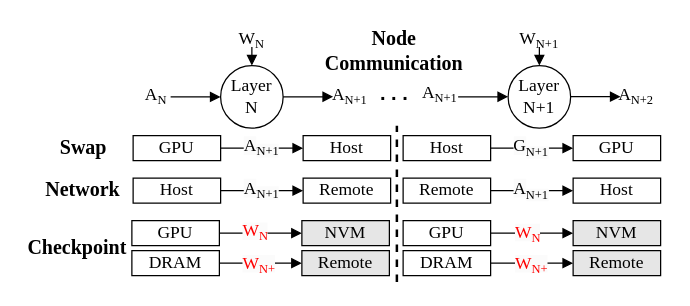
Above: fig/pipeline2.drawio in icszhr/NCheck (draw.io), before the change. Source tidied: cells renumbered, new cells numbered last; positions are measured from the earlier drawing's top-left corner, leaving out a move shared by most shapes. Both pictures are drawn from the tidied source at 125%, with x=0, y=0 at pixel (21, 21).
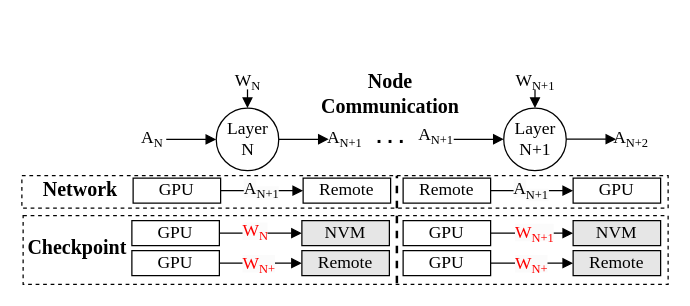
The same page after the edit.

Diff of the diagram source:
```diff
@@
+    <mxCell id="54" style="rounded=0;whiteSpace=wrap;html=1;fillColor=none;dashed=1;" parent="1" vertex="1">
+      <mxGeometry x="1" y="155" width="516" height="55" as="geometry" />
+    </mxCell>
+    <mxCell id="55" style="rounded=0;whiteSpace=wrap;html=1;fillColor=none;dashed=1;" parent="1" vertex="1">
+      <mxGeometry y="123" width="517" height="26" as="geometry" />
+    </mxCell>
     <mxCell id="2" style="rounded=0;jettySize=auto;html=1;endArrow=block;endFill=1;startArrow=none;startFill=0;fontFamily=Times New Roman;" parent="1" edge="1" target="3">
       <mxGeometry relative="1" as="geometry">
-        <mxPoint x="119" y="60" as="sourcePoint" />
+        <mxPoint x="115.5" y="94" as="sourcePoint" />
       </mxGeometry>
     </mxCell>
     <mxCell id="3" value="&lt;font style=&quot;font-size: 14px;&quot;&gt;Layer&lt;/font&gt;&lt;div style=&quot;font-size: 14px;&quot;&gt;&lt;font style=&quot;font-size: 14px;&quot;&gt;N&lt;/font&gt;&lt;/div&gt;" style="ellipse;whiteSpace=wrap;html=1;fontFamily=Times New Roman;" parent="1" vertex="1">
-      <mxGeometry x="159" y="35" width="50" height="50" as="geometry" />
+      <mxGeometry x="155.5" y="69" width="50" height="50" as="geometry" />
     </mxCell>
     <mxCell id="4" value="&lt;font style=&quot;&quot;&gt;&lt;span style=&quot;font-size: 14px;&quot;&gt;A&lt;/span&gt;&lt;sub style=&quot;&quot;&gt;&lt;font style=&quot;font-size: 10px;&quot;&gt;N&lt;/font&gt;&lt;/sub&gt;&lt;/font&gt;" style="text;html=1;align=center;verticalAlign=middle;whiteSpace=wrap;rounded=0;fontFamily=Times New Roman;" parent="1" vertex="1">
-      <mxGeometry x="95" y="45" width="25" height="30" as="geometry" />
+      <mxGeometry x="91.5" y="79" width="25" height="30" as="geometry" />
     </mxCell>
@@
-    <mxCell id="6" value="&lt;font style=&quot;font-size: 14px;&quot;&gt;Host&lt;/font&gt;" style="rounded=0;whiteSpace=wrap;html=1;fontFamily=Times New Roman;" parent="1" vertex="1">
+    <mxCell id="6" value="&lt;font style=&quot;font-size: 14px;&quot;&gt;GPU&lt;/font&gt;" style="rounded=0;whiteSpace=wrap;html=1;fontFamily=Times New Roman;" parent="1" vertex="1">
       <mxGeometry x="89" y="125" width="70" height="20" as="geometry" />
     </mxCell>
@@
     <mxCell id="9" style="edgeStyle=orthogonalEdgeStyle;rounded=0;orthogonalLoop=1;jettySize=auto;html=1;endArrow=none;endFill=0;startArrow=block;startFill=1;fontFamily=Times New Roman;" parent="1" edge="1">
       <mxGeometry relative="1" as="geometry">
-        <mxPoint x="184" y="35" as="sourcePoint" />
-        <mxPoint x="184" y="20" as="targetPoint" />
+        <mxPoint x="180.5" y="69" as="sourcePoint" />
+        <mxPoint x="180.5" y="54" as="targetPoint" />
       </mxGeometry>
     </mxCell>
     <mxCell id="10" value="&lt;font style=&quot;&quot;&gt;&lt;span style=&quot;font-size: 14px;&quot;&gt;W&lt;/span&gt;&lt;sub style=&quot;&quot;&gt;&lt;font style=&quot;font-size: 10px;&quot;&gt;N&lt;/font&gt;&lt;/sub&gt;&lt;/font&gt;" style="text;html=1;align=center;verticalAlign=middle;whiteSpace=wrap;rounded=0;fontFamily=Times New Roman;" parent="1" vertex="1">
-      <mxGeometry x="154" width="60" height="30" as="geometry" />
+      <mxGeometry x="150.5" y="34" width="60" height="30" as="geometry" />
     </mxCell>
     <mxCell id="11" value="&lt;font style=&quot;font-size: 14px;&quot;&gt;Layer N+1&lt;/font&gt;" style="ellipse;whiteSpace=wrap;html=1;fontFamily=Times New Roman;" parent="1" vertex="1">
-      <mxGeometry x="389" y="35" width="50" height="50" as="geometry" />
+      <mxGeometry x="385.5" y="69" width="50" height="50" as="geometry" />
     </mxCell>
     <mxCell id="12" value="&lt;font style=&quot;&quot;&gt;&lt;span style=&quot;font-size: 14px;&quot;&gt;A&lt;/span&gt;&lt;sub style=&quot;&quot;&gt;&lt;font style=&quot;font-size: 10px;&quot;&gt;N+1&lt;/font&gt;&lt;/sub&gt;&lt;/font&gt;" style="text;html=1;align=center;verticalAlign=middle;whiteSpace=wrap;rounded=0;fillColor=default;fontFamily=Times New Roman;" parent="1" vertex="1">
-      <mxGeometry x="249.5" y="45" width="25" height="30" as="geometry" />
+      <mxGeometry x="246" y="79" width="25" height="30" as="geometry" />
     </mxCell>
     <mxCell id="13" style="edgeStyle=orthogonalEdgeStyle;rounded=0;orthogonalLoop=1;jettySize=auto;html=1;endArrow=none;endFill=0;startArrow=block;startFill=1;fontFamily=Times New Roman;" parent="1" edge="1">
       <mxGeometry relative="1" as="geometry">
-        <mxPoint x="414" y="35" as="sourcePoint" />
-        <mxPoint x="414" y="20" as="targetPoint" />
+        <mxPoint x="410.5" y="69" as="sourcePoint" />
+        <mxPoint x="410.5" y="54" as="targetPoint" />
       </mxGeometry>
     </mxCell>
     <mxCell id="14" value="&lt;font style=&quot;&quot;&gt;&lt;span style=&quot;font-size: 14px;&quot;&gt;W&lt;/span&gt;&lt;sub style=&quot;&quot;&gt;&lt;font style=&quot;font-size: 10px;&quot;&gt;N+1&lt;/font&gt;&lt;/sub&gt;&lt;/font&gt;" style="text;html=1;align=center;verticalAlign=middle;whiteSpace=wrap;rounded=0;fontFamily=Times New Roman;" parent="1" vertex="1">
-      <mxGeometry x="384" width="60" height="30" as="geometry" />
+      <mxGeometry x="380.5" y="34" width="60" height="30" as="geometry" />
     </mxCell>
     <mxCell id="15" style="rounded=0;orthogonalLoop=1;jettySize=auto;html=1;endArrow=block;endFill=1;startArrow=none;startFill=0;fontFamily=Times New Roman;" parent="1" edge="1">
       <mxGeometry relative="1" as="geometry">
-        <mxPoint x="439" y="59.8" as="sourcePoint" />
-        <mxPoint x="479" y="59.8" as="targetPoint" />
+        <mxPoint x="435.5" y="93.8" as="sourcePoint" />
+        <mxPoint x="475.5" y="93.8" as="targetPoint" />
       </mxGeometry>
     </mxCell>
     <mxCell id="16" value="&lt;span style=&quot;font-size: 14px;&quot;&gt;A&lt;/span&gt;&lt;sub&gt;N+2&lt;/sub&gt;" style="text;html=1;align=center;verticalAlign=middle;whiteSpace=wrap;rounded=0;fontFamily=Times New Roman;" parent="1" vertex="1">
-      <mxGeometry x="478.5" y="45" width="25" height="30" as="geometry" />
+      <mxGeometry x="475" y="79" width="25" height="30" as="geometry" />
     </mxCell>
@@
     <mxCell id="18" value="&lt;span style=&quot;font-size: 16px;&quot;&gt;&lt;b&gt;Network&lt;/b&gt;&lt;/span&gt;" style="text;html=1;align=center;verticalAlign=middle;whiteSpace=wrap;rounded=0;fontFamily=Times New Roman;" parent="1" vertex="1">
-      <mxGeometry x="9" y="119" width="80" height="30" as="geometry" />
+      <mxGeometry x="7" y="119" width="80" height="30" as="geometry" />
     </mxCell>
     <mxCell id="19" style="endArrow=none;html=1;rounded=0;dashed=1;strokeWidth=2;" parent="1" edge="1">
       <mxGeometry relative="1" as="geometry">
-        <mxPoint x="300" y="208" as="sourcePoint" />
-        <mxPoint x="300" y="83" as="targetPoint" />
+        <mxPoint x="300" y="209" as="sourcePoint" />
+        <mxPoint x="300" y="123" as="targetPoint" />
       </mxGeometry>
     </mxCell>
@@
-    <mxCell id="23" value="&lt;font style=&quot;font-size: 14px;&quot;&gt;Host&lt;/font&gt;" style="rounded=0;whiteSpace=wrap;html=1;fontFamily=Times New Roman;" parent="1" vertex="1">
+    <mxCell id="23" value="&lt;font style=&quot;font-size: 14px;&quot;&gt;GPU&lt;/font&gt;" style="rounded=0;whiteSpace=wrap;html=1;fontFamily=Times New Roman;" parent="1" vertex="1">
       <mxGeometry x="441" y="125" width="70" height="20" as="geometry" />
     </mxCell>
@@
     <mxCell id="30" style="rounded=0;orthogonalLoop=1;jettySize=auto;html=1;endArrow=block;endFill=1;startArrow=none;startFill=0;fontFamily=Times New Roman;" parent="1" edge="1">
       <mxGeometry relative="1" as="geometry">
-        <mxPoint x="209" y="59.9" as="sourcePoint" />
-        <mxPoint x="249" y="59.9" as="targetPoint" />
+        <mxPoint x="205.5" y="93.9" as="sourcePoint" />
+        <mxPoint x="245.5" y="93.9" as="targetPoint" />
       </mxGeometry>
     </mxCell>
     <mxCell id="31" style="rounded=0;orthogonalLoop=1;jettySize=auto;html=1;endArrow=block;endFill=1;startArrow=none;startFill=0;fontFamily=Times New Roman;" parent="1" edge="1">
       <mxGeometry relative="1" as="geometry">
-        <mxPoint x="349" y="59.9" as="sourcePoint" />
-        <mxPoint x="389" y="59.9" as="targetPoint" />
+        <mxPoint x="345.5" y="93.9" as="sourcePoint" />
+        <mxPoint x="385.5" y="93.9" as="targetPoint" />
       </mxGeometry>
     </mxCell>
     <mxCell id="32" value="&lt;font style=&quot;&quot;&gt;&lt;span style=&quot;font-size: 14px;&quot;&gt;A&lt;/span&gt;&lt;sub style=&quot;&quot;&gt;&lt;font style=&quot;font-size: 10px;&quot;&gt;N+1&lt;/font&gt;&lt;/sub&gt;&lt;/font&gt;" style="text;html=1;align=center;verticalAlign=middle;whiteSpace=wrap;rounded=0;fontFamily=Times New Roman;" parent="1" vertex="1">
-      <mxGeometry x="322" y="43" width="25" height="30" as="geometry" />
+      <mxGeometry x="318.5" y="77" width="25" height="30" as="geometry" />
     </mxCell>
     <mxCell id="33" value="&lt;span style=&quot;font-size: 16px;&quot;&gt;&lt;b&gt;Node&lt;/b&gt;&lt;/span&gt;&lt;div&gt;&lt;span style=&quot;font-size: 16px;&quot;&gt;&lt;b&gt;Communication&lt;/b&gt;&lt;/span&gt;&lt;/div&gt;" style="text;html=1;align=center;verticalAlign=middle;whiteSpace=wrap;rounded=0;fontFamily=Times New Roman;" parent="1" vertex="1">
-      <mxGeometry x="258" y="8" width="80" height="30" as="geometry" />
+      <mxGeometry x="254.5" y="42" width="80" height="30" as="geometry" />
     </mxCell>
     <mxCell id="34" value="&lt;div style=&quot;text-align: center;&quot;&gt;&lt;span style=&quot;background-color: initial; font-size: 16px;&quot;&gt;&lt;b style=&quot;&quot;&gt;&lt;font face=&quot;Helvetica&quot;&gt;. . .&lt;/font&gt;&lt;/b&gt;&lt;/span&gt;&lt;/div&gt;" style="text;whiteSpace=wrap;html=1;" parent="1" vertex="1">
-      <mxGeometry x="285" y="41" width="30" height="30" as="geometry" />
+      <mxGeometry x="281.5" y="75" width="30" height="30" as="geometry" />
     </mxCell>
-    <mxCell id="35" value="&lt;span style=&quot;font-size: 16px;&quot;&gt;&lt;b&gt;Swap&lt;/b&gt;&lt;/span&gt;" style="text;html=1;align=center;verticalAlign=middle;whiteSpace=wrap;rounded=0;fontFamily=Times New Roman;" parent="1" vertex="1">
-      <mxGeometry x="4.5" y="85" width="89" height="30" as="geometry" />
-    </mxCell>
@@
-    <mxCell id="37" style="edgeStyle=orthogonalEdgeStyle;rounded=0;jettySize=auto;html=1;entryX=0;entryY=0.5;entryDx=0;entryDy=0;endArrow=block;endFill=1;exitX=1;exitY=0.5;exitDx=0;exitDy=0;fontFamily=Times New Roman;" parent="1" edge="1" source="38" target="39">
-      <mxGeometry relative="1" as="geometry" />
-    </mxCell>
-    <mxCell id="38" value="&lt;font style=&quot;font-size: 14px;&quot;&gt;GPU&lt;/font&gt;" style="rounded=0;whiteSpace=wrap;html=1;fontFamily=Times New Roman;" parent="1" vertex="1">
-      <mxGeometry x="89" y="91" width="70" height="20" as="geometry" />
-    </mxCell>
-    <mxCell id="39" value="&lt;span style=&quot;font-size: 14px;&quot;&gt;Host&lt;/span&gt;" style="rounded=0;whiteSpace=wrap;html=1;fontFamily=Times New Roman;" parent="1" vertex="1">
-      <mxGeometry x="225" y="91" width="70" height="20" as="geometry" />
-    </mxCell>
-    <mxCell id="40" value="&lt;font style=&quot;&quot;&gt;&lt;span style=&quot;font-size: 14px; color: rgb(0, 0, 0); font-style: normal; font-variant-ligatures: normal; font-variant-caps: normal; font-weight: 400; letter-spacing: normal; orphans: 2; text-align: center; text-indent: 0px; text-transform: none; widows: 2; word-spacing: 0px; -webkit-text-stroke-width: 0px; white-space: normal; background-color: rgb(251, 251, 251); text-decoration-thickness: initial; text-decoration-style: initial; text-decoration-color: initial; float: none; display: inline !important;&quot;&gt;A&lt;/span&gt;&lt;sub style=&quot;forced-color-adjust: none; color: rgb(0, 0, 0); font-style: normal; font-variant-ligatures: normal; font-variant-caps: normal; font-weight: 400; letter-spacing: normal; orphans: 2; text-align: center; text-indent: 0px; text-transform: none; widows: 2; word-spacing: 0px; -webkit-text-stroke-width: 0px; white-space: normal; background-color: rgb(251, 251, 251); text-decoration-thickness: initial; text-decoration-style: initial; text-decoration-color: initial;&quot;&gt;&lt;font style=&quot;font-size: 10px;&quot;&gt;N+1&lt;/font&gt;&lt;/sub&gt;&lt;/font&gt;" style="text;whiteSpace=wrap;html=1;fontFamily=Times New Roman;" parent="1" vertex="1">
-      <mxGeometry x="176" y="85" width="30" height="30" as="geometry" />
-    </mxCell>
-    <mxCell id="41" style="edgeStyle=orthogonalEdgeStyle;rounded=0;jettySize=auto;html=1;entryX=0;entryY=0.5;entryDx=0;entryDy=0;endArrow=block;endFill=1;exitX=1;exitY=0.5;exitDx=0;exitDy=0;fontFamily=Times New Roman;" parent="1" edge="1" source="42" target="43">
-      <mxGeometry relative="1" as="geometry" />
-    </mxCell>
-    <mxCell id="42" value="&lt;span style=&quot;font-size: 14px;&quot;&gt;Host&lt;/span&gt;" style="rounded=0;whiteSpace=wrap;html=1;fontFamily=Times New Roman;" parent="1" vertex="1">
-      <mxGeometry x="305" y="91" width="70" height="20" as="geometry" />
-    </mxCell>
-    <mxCell id="43" value="&lt;span style=&quot;font-size: 14px;&quot;&gt;GPU&lt;/span&gt;" style="rounded=0;whiteSpace=wrap;html=1;fontFamily=Times New Roman;" parent="1" vertex="1">
-      <mxGeometry x="441" y="91" width="70" height="20" as="geometry" />
-    </mxCell>
-    <mxCell id="44" value="&lt;font style=&quot;&quot;&gt;&lt;span style=&quot;font-size: 14px; font-family: &amp;quot;Times New Roman&amp;quot;; text-wrap: wrap; background-color: rgb(251, 251, 251);&quot;&gt;G&lt;/span&gt;&lt;sub style=&quot;font-family: &amp;quot;Times New Roman&amp;quot;; text-wrap: wrap; background-color: rgb(251, 251, 251);&quot;&gt;&lt;font style=&quot;font-size: 10px;&quot;&gt;N+1&lt;/font&gt;&lt;/sub&gt;&lt;/font&gt;" style="edgeLabel;html=1;align=center;verticalAlign=middle;" parent="1" vertex="1">
-      <mxGeometry x="406" y="100" as="geometry" />
-    </mxCell>
@@
-    <mxCell id="46" value="&lt;font style=&quot;font-size: 14px;&quot;&gt;DRAM&lt;/font&gt;" style="rounded=0;whiteSpace=wrap;html=1;fontFamily=Times New Roman;" parent="1" vertex="1">
+    <mxCell id="46" value="&lt;font style=&quot;font-size: 14px;&quot;&gt;GPU&lt;/font&gt;" style="rounded=0;whiteSpace=wrap;html=1;fontFamily=Times New Roman;" parent="1" vertex="1">
       <mxGeometry x="305" y="183" width="70" height="20" as="geometry" />
     </mxCell>
@@
-    <mxCell id="49" value="&lt;font style=&quot;font-size: 14px;&quot;&gt;DRAM&lt;/font&gt;" style="rounded=0;whiteSpace=wrap;html=1;fontFamily=Times New Roman;" parent="1" vertex="1">
+    <mxCell id="49" value="&lt;font style=&quot;font-size: 14px;&quot;&gt;GPU&lt;/font&gt;" style="rounded=0;whiteSpace=wrap;html=1;fontFamily=Times New Roman;" parent="1" vertex="1">
       <mxGeometry x="88" y="183" width="70" height="20" as="geometry" />
     </mxCell>
@@
-    <mxCell id="52" value="&lt;font style=&quot;&quot;&gt;&lt;span style=&quot;font-style: normal; font-variant-ligatures: normal; font-variant-caps: normal; font-weight: 400; letter-spacing: normal; orphans: 2; text-align: center; text-indent: 0px; text-transform: none; widows: 2; word-spacing: 0px; -webkit-text-stroke-width: 0px; white-space: normal; background-color: rgb(251, 251, 251); text-decoration-thickness: initial; text-decoration-style: initial; text-decoration-color: initial; float: none; display: inline !important;&quot;&gt;&lt;span style=&quot;font-size: 14px; color: rgb(255, 0, 0);&quot;&gt;W&lt;/span&gt;&lt;sub style=&quot;&quot;&gt;&lt;font style=&quot;&quot;&gt;&lt;font style=&quot;font-size: 10px;&quot; color=&quot;#ff0000&quot;&gt;N&lt;/font&gt;&lt;/font&gt;&lt;/sub&gt;&lt;/span&gt;&lt;/font&gt;" style="text;whiteSpace=wrap;html=1;fontFamily=Times New Roman;" parent="1" vertex="1">
+    <mxCell id="52" value="&lt;font style=&quot;&quot;&gt;&lt;span style=&quot;font-style: normal; font-variant-ligatures: normal; font-variant-caps: normal; font-weight: 400; letter-spacing: normal; orphans: 2; text-align: center; text-indent: 0px; text-transform: none; widows: 2; word-spacing: 0px; -webkit-text-stroke-width: 0px; white-space: normal; background-color: rgb(251, 251, 251); text-decoration-thickness: initial; text-decoration-style: initial; text-decoration-color: initial; float: none; display: inline !important;&quot;&gt;&lt;span style=&quot;font-size: 14px; color: rgb(255, 0, 0);&quot;&gt;W&lt;/span&gt;&lt;sub style=&quot;&quot;&gt;&lt;font style=&quot;&quot;&gt;&lt;font style=&quot;font-size: 10px;&quot; color=&quot;#ff0000&quot;&gt;N+1&lt;/font&gt;&lt;/font&gt;&lt;/sub&gt;&lt;/span&gt;&lt;/font&gt;" style="text;whiteSpace=wrap;html=1;fontFamily=Times New Roman;" parent="1" vertex="1">
       <mxGeometry x="392.5" y="154" width="29" height="30" as="geometry" />
     </mxCell>
```
